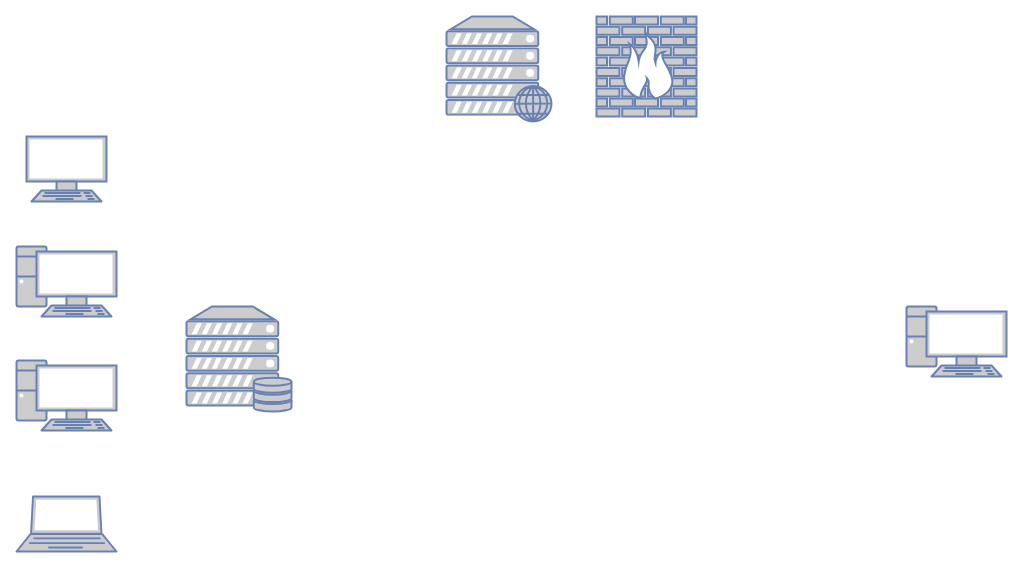
The draw.io diagram Untitled Diagram.drawio in sachdev27/learn, before the edit. Source tidied: cells renumbered, new cells numbered last; positions are measured from the earlier drawing's top-left corner, leaving out a move shared by most shapes. Both pictures are drawn from the tidied source at 100%, with x=0, y=0 at pixel (16, 16).
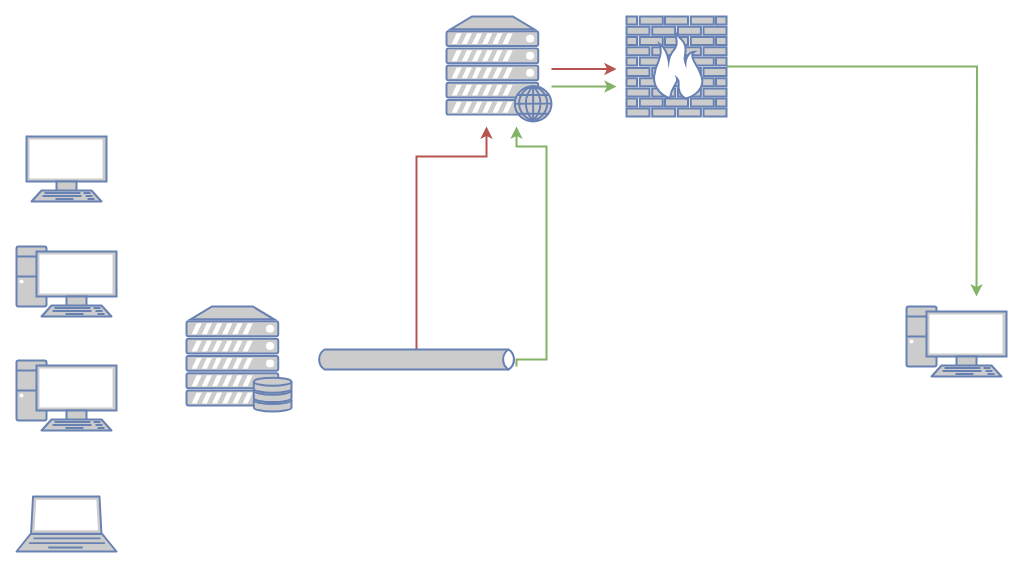
After the change.

Unchanged cells that the change refers to:
```xml
<mxCell id="7" style="fontColor=#0066CC;verticalAlign=top;verticalLabelPosition=bottom;labelPosition=center;align=center;html=1;outlineConnect=0;fillColor=#CCCCCC;strokeColor=#6881B3;gradientColor=none;gradientDirection=north;strokeWidth=2;shape=mxgraph.networks.web_server;" parent="1" vertex="1">
  <mxGeometry x="430" width="105" height="105" as="geometry" />
</mxCell>
```

What changed in the source:
```diff
@@
+    <mxCell id="10" style="edgeStyle=orthogonalEdgeStyle;rounded=0;jettySize=auto;html=1;fillColor=#d5e8d4;strokeColor=#82b366;strokeWidth=2;" parent="1" edge="1" source="3">
+      <mxGeometry relative="1" as="geometry">
+        <mxPoint x="960" y="280" as="targetPoint" />
+      </mxGeometry>
+    </mxCell>
     <mxCell id="3" style="fontColor=#0066CC;verticalAlign=top;verticalLabelPosition=bottom;labelPosition=center;align=center;html=1;outlineConnect=0;fillColor=#CCCCCC;strokeColor=#6881B3;gradientColor=none;gradientDirection=north;strokeWidth=2;shape=mxgraph.networks.firewall;" parent="1" vertex="1">
-      <mxGeometry x="580" width="100" height="100" as="geometry" />
+      <mxGeometry x="610" width="100" height="100" as="geometry" />
     </mxCell>
@@
+    <mxCell id="11" style="edgeStyle=orthogonalEdgeStyle;rounded=0;jettySize=auto;html=1;fillColor=#f8cecc;strokeColor=#b85450;strokeWidth=2;" parent="1" edge="1" source="7">
+      <mxGeometry relative="1" as="geometry">
+        <mxPoint x="600" y="52.5" as="targetPoint" />
+      </mxGeometry>
+    </mxCell>
+    <mxCell id="12" style="edgeStyle=orthogonalEdgeStyle;rounded=0;jettySize=auto;html=1;fillColor=#d5e8d4;strokeColor=#82b366;strokeWidth=2;" parent="1" edge="1" source="7">
+      <mxGeometry relative="1" as="geometry">
+        <mxPoint x="600" y="70" as="targetPoint" />
+        <Array as="points">
+          <mxPoint x="550" y="70" />
+          <mxPoint x="550" y="70" />
+        </Array>
+      </mxGeometry>
+    </mxCell>
@@
+    <mxCell id="13" style="edgeStyle=orthogonalEdgeStyle;rounded=0;jettySize=auto;html=1;fillColor=#f8cecc;strokeColor=#b85450;strokeWidth=2;" parent="1" edge="1" source="15">
+      <mxGeometry relative="1" as="geometry">
+        <mxPoint x="470" y="110" as="targetPoint" />
+        <Array as="points">
+          <mxPoint x="400" y="140" />
+          <mxPoint x="470" y="140" />
+        </Array>
+      </mxGeometry>
+    </mxCell>
+    <mxCell id="14" style="edgeStyle=orthogonalEdgeStyle;rounded=0;orthogonalLoop=1;jettySize=auto;html=1;fillColor=#d5e8d4;strokeColor=#82b366;strokeWidth=2;" parent="1" edge="1">
+      <mxGeometry relative="1" as="geometry">
+        <mxPoint x="500" y="350" as="sourcePoint" />
+        <mxPoint x="500" y="110" as="targetPoint" />
+        <Array as="points">
+          <mxPoint x="500" y="343" />
+          <mxPoint x="530" y="343" />
+          <mxPoint x="530" y="130" />
+          <mxPoint x="500" y="130" />
+        </Array>
+      </mxGeometry>
+    </mxCell>
+    <mxCell id="15" style="html=1;outlineConnect=0;fillColor=#CCCCCC;strokeColor=#6881B3;gradientColor=none;gradientDirection=north;strokeWidth=2;shape=mxgraph.networks.bus;gradientColor=none;gradientDirection=north;fontColor=#ffffff;perimeter=backbonePerimeter;backboneSize=20;" parent="1" vertex="1">
+      <mxGeometry x="300" y="333" width="200" height="20" as="geometry" />
+    </mxCell>
```
